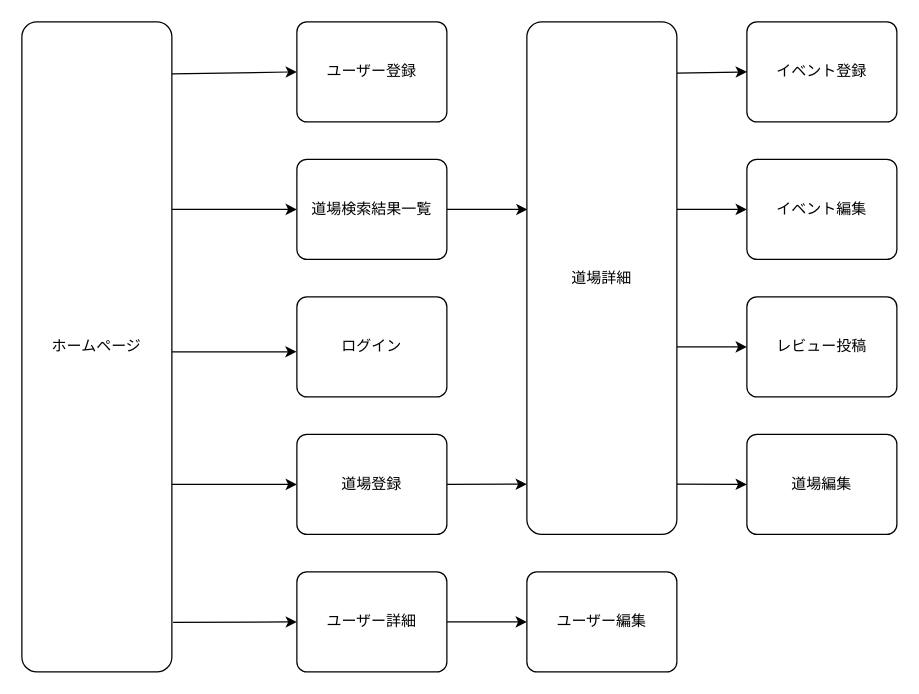
This is kyudo.dio from rosicky7th/kyudojou-app, a draw.io file, before an edit. Source tidied: cells renumbered, new cells numbered last; positions are measured from the earlier drawing's top-left corner, leaving out a move shared by most shapes. Both pictures are drawn from the tidied source at 125%, with x=0, y=0 at pixel (21, 21).
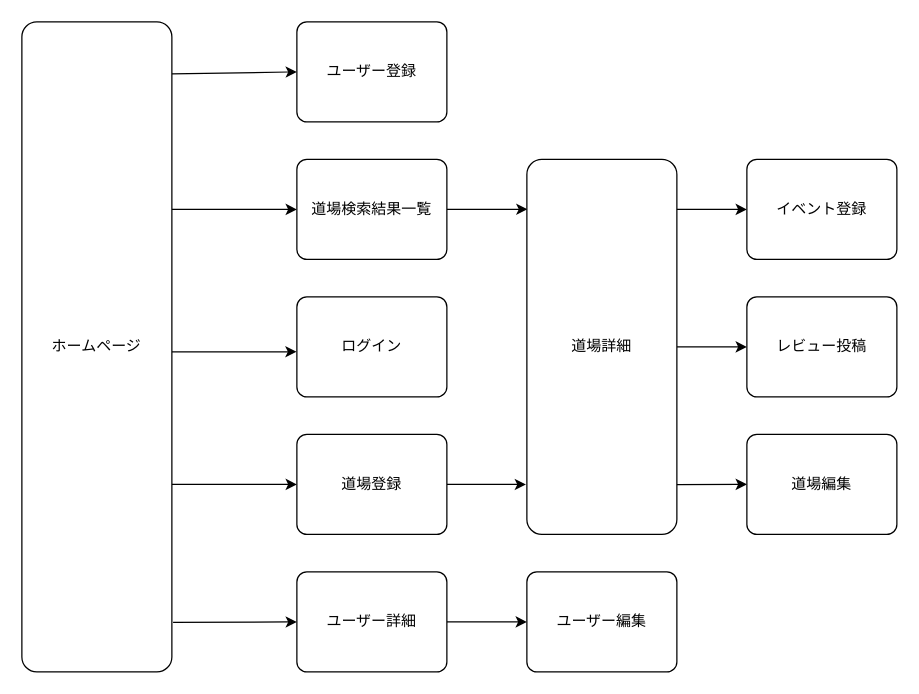
Above is the later version.

Commit message:
画面遷移図の修正

Unchanged cells that the change refers to:
```xml
<mxCell id="9" value="道場検索結果一覧" style="rounded=1;arcSize=10;whiteSpace=wrap;html=1;align=center;" parent="1" vertex="1">
  <mxGeometry x="220" y="110" width="120" height="80" as="geometry" />
</mxCell>
<mxCell id="13" value="道場登録" style="rounded=1;arcSize=10;whiteSpace=wrap;html=1;align=center;" parent="1" vertex="1">
  <mxGeometry x="220" y="330" width="120" height="80" as="geometry" />
</mxCell>
<mxCell id="22" value="レビュー投稿" style="rounded=1;arcSize=10;whiteSpace=wrap;html=1;align=center;" parent="1" vertex="1">
  <mxGeometry x="580" y="220" width="120" height="80" as="geometry" />
</mxCell>
<mxCell id="23" value="道場編集" style="rounded=1;arcSize=10;whiteSpace=wrap;html=1;align=center;" parent="1" vertex="1">
  <mxGeometry x="580" y="330" width="120" height="80" as="geometry" />
</mxCell>
```

The edit, as a diff of the source:
```diff
@@
-    <mxCell id="8" style="edgeStyle=none;html=1;exitX=1;exitY=0.5;exitDx=0;exitDy=0;entryX=0.004;entryY=0.366;entryDx=0;entryDy=0;entryPerimeter=0;" parent="1" edge="1" source="9" target="18">
+    <mxCell id="8" style="edgeStyle=none;html=1;exitX=1;exitY=0.5;exitDx=0;exitDy=0;entryX=0.004;entryY=0.133;entryDx=0;entryDy=0;entryPerimeter=0;" parent="1" edge="1" source="9" target="18">
       <mxGeometry relative="1" as="geometry" />
     </mxCell>
@@
-    <mxCell id="12" style="edgeStyle=none;html=1;exitX=1;exitY=0.5;exitDx=0;exitDy=0;entryX=0;entryY=0.902;entryDx=0;entryDy=0;entryPerimeter=0;" parent="1" edge="1" source="13" target="18">
+    <mxCell id="12" style="edgeStyle=none;html=1;exitX=1;exitY=0.5;exitDx=0;exitDy=0;entryX=-0.006;entryY=0.867;entryDx=0;entryDy=0;entryPerimeter=0;" parent="1" edge="1" source="13" target="18">
       <mxGeometry relative="1" as="geometry" />
     </mxCell>
@@
-    <mxCell id="14" style="edgeStyle=none;html=1;entryX=0;entryY=0.5;entryDx=0;entryDy=0;exitX=1;exitY=0.366;exitDx=0;exitDy=0;exitPerimeter=0;" parent="1" edge="1" source="18" target="21">
+    <mxCell id="14" style="edgeStyle=none;html=1;entryX=0;entryY=0.5;entryDx=0;entryDy=0;exitX=0.994;exitY=0.133;exitDx=0;exitDy=0;exitPerimeter=0;" parent="1" edge="1" source="18" target="21">
       <mxGeometry relative="1" as="geometry">
         <Array as="points">
           <mxPoint x="560" y="150" />
         </Array>
       </mxGeometry>
     </mxCell>
-    <mxCell id="15" style="edgeStyle=none;html=1;exitX=1;exitY=0.634;exitDx=0;exitDy=0;entryX=0;entryY=0.5;entryDx=0;entryDy=0;exitPerimeter=0;" parent="1" edge="1" source="18" target="22">
+    <mxCell id="15" style="edgeStyle=none;html=1;exitX=1;exitY=0.5;exitDx=0;exitDy=0;entryX=0;entryY=0.5;entryDx=0;entryDy=0;" parent="1" edge="1" source="18" target="22">
       <mxGeometry relative="1" as="geometry" />
     </mxCell>
-    <mxCell id="16" style="edgeStyle=none;html=1;entryX=0;entryY=0.5;entryDx=0;entryDy=0;exitX=1;exitY=0.902;exitDx=0;exitDy=0;exitPerimeter=0;" parent="1" edge="1" source="18" target="23">
+    <mxCell id="16" style="edgeStyle=none;html=1;entryX=0;entryY=0.5;entryDx=0;entryDy=0;exitX=0.992;exitY=0.867;exitDx=0;exitDy=0;exitPerimeter=0;" parent="1" edge="1" source="18" target="23">
       <mxGeometry relative="1" as="geometry" />
     </mxCell>
-    <mxCell id="17" style="edgeStyle=none;html=1;exitX=1;exitY=0.1;exitDx=0;exitDy=0;entryX=0;entryY=0.5;entryDx=0;entryDy=0;exitPerimeter=0;" parent="1" edge="1" source="18" target="25">
-      <mxGeometry relative="1" as="geometry" />
-    </mxCell>
     <mxCell id="18" value="道場詳細" style="rounded=1;arcSize=10;whiteSpace=wrap;html=1;align=center;" parent="1" vertex="1">
-      <mxGeometry x="404" width="120" height="410" as="geometry" />
+      <mxGeometry x="404" y="110" width="120" height="300" as="geometry" />
     </mxCell>
@@
-    <mxCell id="21" value="イベント編集" style="rounded=1;arcSize=10;whiteSpace=wrap;html=1;align=center;" parent="1" vertex="1">
+    <mxCell id="21" value="イベント登録" style="rounded=1;arcSize=10;whiteSpace=wrap;html=1;align=center;" parent="1" vertex="1">
       <mxGeometry x="580" y="110" width="120" height="80" as="geometry" />
     </mxCell>
@@
-    <mxCell id="25" value="イベント登録" style="rounded=1;arcSize=10;whiteSpace=wrap;html=1;align=center;" parent="1" vertex="1">
-      <mxGeometry x="580" width="120" height="80" as="geometry" />
-    </mxCell>
```
